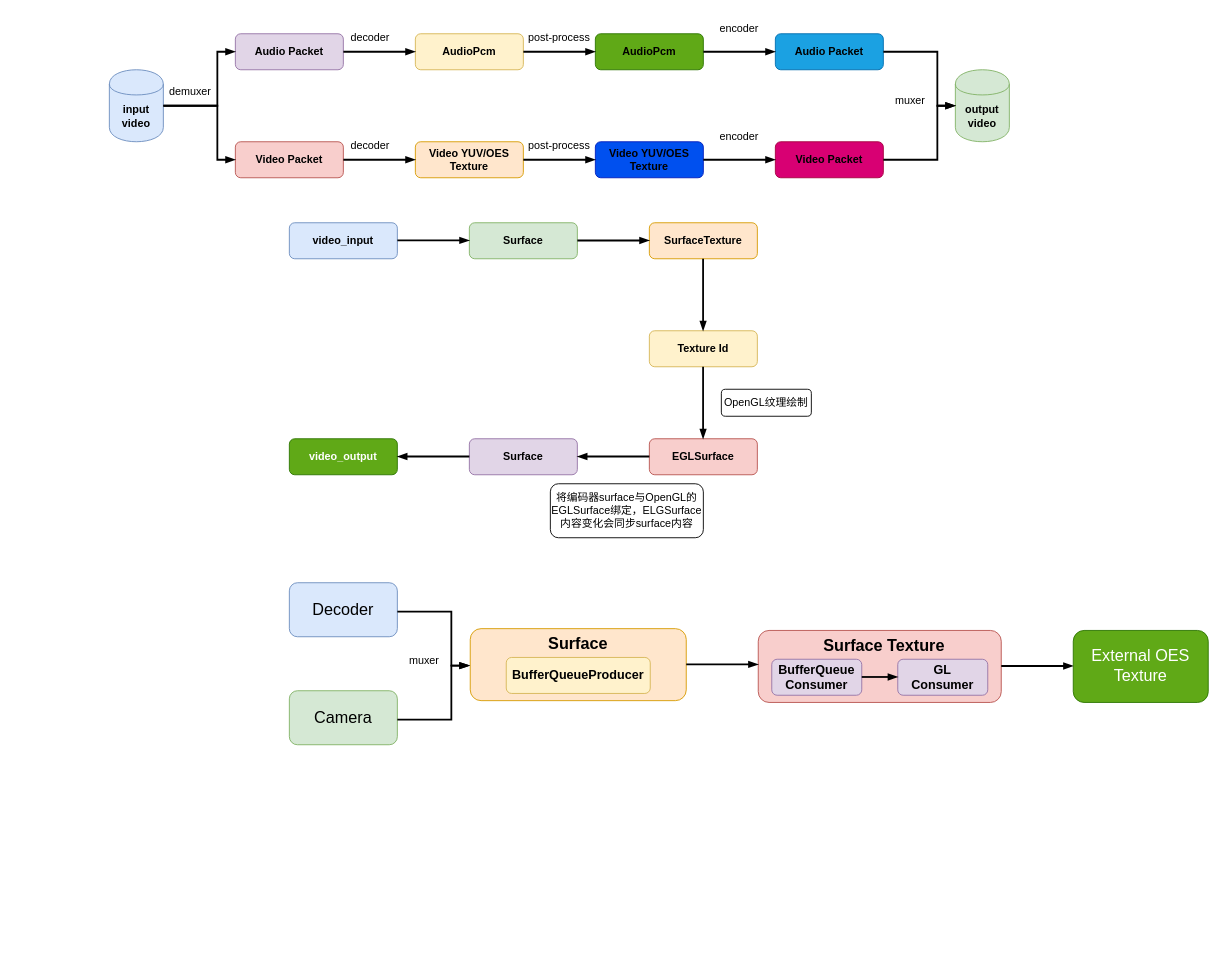
Earlier version of the draw.io diagram page "转码" (2 of 4) of graph.drawio (AndyYoung1004/draw.io). Source tidied: cells renumbered, new cells numbered last; positions are measured from the earlier drawing's top-left corner, leaving out a move shared by most shapes. Both pictures are drawn from the tidied source at 90%, with x=0, y=0 at pixel (109, 15).
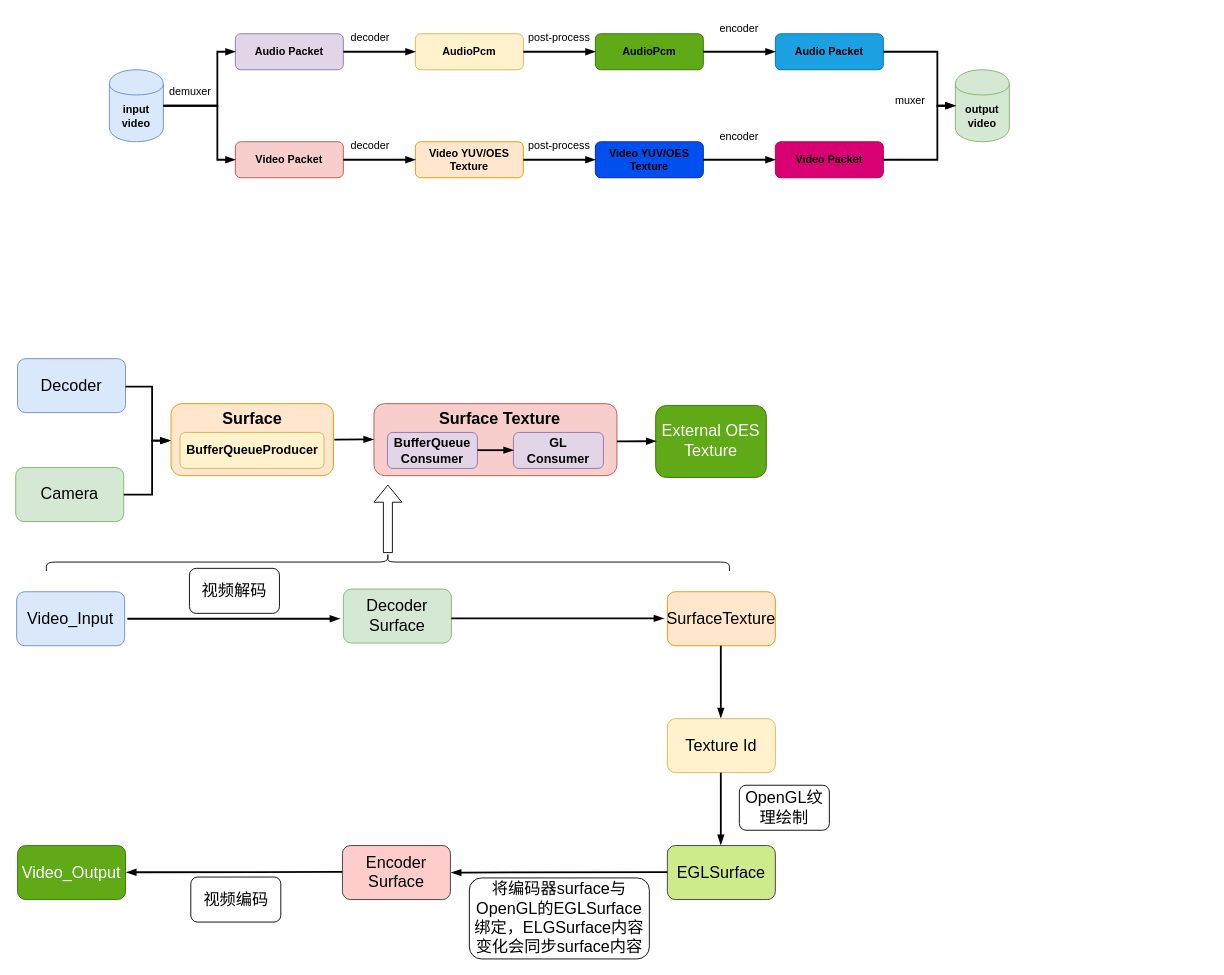
The same diagram, later.

The edit, as a diff of the source:
```diff
@@
-    <mxCell id="18" value="&lt;b&gt;video_input&lt;/b&gt;" style="rounded=1;whiteSpace=wrap;html=1;fillColor=#dae8fc;strokeColor=#6c8ebf;" parent="1" vertex="1">
-      <mxGeometry x="200" y="230" width="120" height="40" as="geometry" />
-    </mxCell>
-    <mxCell id="19" value="&lt;b&gt;Surface&lt;/b&gt;" style="rounded=1;whiteSpace=wrap;html=1;fillColor=#d5e8d4;strokeColor=#82b366;" parent="1" vertex="1">
-      <mxGeometry x="400" y="230" width="120" height="40" as="geometry" />
-    </mxCell>
-    <mxCell id="20" value="&lt;b&gt;SurfaceTexture&lt;/b&gt;" style="rounded=1;whiteSpace=wrap;html=1;fillColor=#ffe6cc;strokeColor=#d79b00;" parent="1" vertex="1">
-      <mxGeometry x="600" y="230" width="120" height="40" as="geometry" />
-    </mxCell>
-    <mxCell id="21" value="&lt;b&gt;Texture Id&lt;/b&gt;" style="rounded=1;whiteSpace=wrap;html=1;fillColor=#fff2cc;strokeColor=#d6b656;" parent="1" vertex="1">
-      <mxGeometry x="600" y="350" width="120" height="40" as="geometry" />
-    </mxCell>
-    <mxCell id="22" value="&lt;b&gt;EGLSurface&lt;/b&gt;" style="rounded=1;whiteSpace=wrap;html=1;fillColor=#f8cecc;strokeColor=#b85450;" parent="1" vertex="1">
-      <mxGeometry x="600" y="470" width="120" height="40" as="geometry" />
-    </mxCell>
-    <mxCell id="23" value="&lt;b&gt;Surface&lt;/b&gt;" style="rounded=1;whiteSpace=wrap;html=1;fillColor=#e1d5e7;strokeColor=#9673a6;" parent="1" vertex="1">
-      <mxGeometry x="400" y="470" width="120" height="40" as="geometry" />
-    </mxCell>
-    <mxCell id="24" value="&lt;b&gt;video_output&lt;/b&gt;" style="rounded=1;whiteSpace=wrap;html=1;fillColor=#60a917;strokeColor=#2D7600;fontColor=#ffffff;" parent="1" vertex="1">
-      <mxGeometry x="200" y="470" width="120" height="40" as="geometry" />
-    </mxCell>
-    <mxCell id="25" value="将编码器surface与OpenGL的EGLSurface绑定，ELGSurface内容变化会同步surface内容" style="rounded=1;whiteSpace=wrap;html=1;" parent="1" vertex="1">
-      <mxGeometry x="490" y="520" width="170" height="60" as="geometry" />
-    </mxCell>
@@
-    <mxCell id="38" style="endArrow=blockThin;html=1;rounded=0;endFill=1;strokeWidth=2;" parent="1" edge="1">
-      <mxGeometry relative="1" as="geometry">
-        <mxPoint x="320" y="249.6" as="sourcePoint" />
-        <mxPoint x="400" y="249.6" as="targetPoint" />
-      </mxGeometry>
-    </mxCell>
-    <mxCell id="39" style="endArrow=blockThin;html=1;rounded=0;endFill=1;strokeWidth=2;" parent="1" edge="1">
-      <mxGeometry relative="1" as="geometry">
-        <mxPoint x="520" y="249.7" as="sourcePoint" />
-        <mxPoint x="600" y="249.7" as="targetPoint" />
-      </mxGeometry>
-    </mxCell>
-    <mxCell id="40" style="endArrow=blockThin;html=1;rounded=0;endFill=1;strokeWidth=2;" parent="1" edge="1">
-      <mxGeometry relative="1" as="geometry">
-        <mxPoint x="600" y="489.7" as="sourcePoint" />
-        <mxPoint x="520" y="489.7" as="targetPoint" />
-      </mxGeometry>
-    </mxCell>
-    <mxCell id="41" style="endArrow=blockThin;html=1;rounded=0;endFill=1;strokeWidth=2;" parent="1" edge="1">
-      <mxGeometry relative="1" as="geometry">
-        <mxPoint x="400" y="489.7" as="sourcePoint" />
-        <mxPoint x="320" y="489.7" as="targetPoint" />
-      </mxGeometry>
-    </mxCell>
-    <mxCell id="42" style="endArrow=blockThin;html=1;rounded=0;endFill=1;strokeWidth=2;" parent="1" edge="1">
-      <mxGeometry relative="1" as="geometry">
-        <mxPoint x="659.7" y="390" as="sourcePoint" />
-        <mxPoint x="659.7" y="470" as="targetPoint" />
-      </mxGeometry>
-    </mxCell>
-    <mxCell id="43" style="endArrow=blockThin;html=1;rounded=0;endFill=1;strokeWidth=2;" parent="1" edge="1">
-      <mxGeometry relative="1" as="geometry">
-        <mxPoint x="659.7" y="270" as="sourcePoint" />
-        <mxPoint x="659.7" y="350" as="targetPoint" />
-      </mxGeometry>
-    </mxCell>
-    <mxCell id="44" value="OpenGL纹理绘制" style="rounded=1;whiteSpace=wrap;html=1;" parent="1" vertex="1">
-      <mxGeometry x="680" y="415" width="100" height="30" as="geometry" />
+    <mxCell id="44" value="&lt;font style=&quot;font-size: 18px;&quot;&gt;OpenGL纹理绘制&lt;/font&gt;" style="rounded=1;whiteSpace=wrap;html=1;" parent="1" vertex="1">
+      <mxGeometry x="700" y="855" width="100" height="50" as="geometry" />
     </mxCell>
     <mxCell id="45" value="&lt;font style=&quot;font-size: 18px&quot;&gt;Decoder&lt;/font&gt;" style="rounded=1;whiteSpace=wrap;html=1;fillColor=#dae8fc;strokeColor=#6c8ebf;" parent="1" vertex="1">
-      <mxGeometry x="200" y="630" width="120" height="60" as="geometry" />
+      <mxGeometry x="-102" y="381" width="120" height="60" as="geometry" />
     </mxCell>
     <mxCell id="46" value="&lt;font style=&quot;font-size: 18px&quot;&gt;Camera&lt;/font&gt;" style="rounded=1;whiteSpace=wrap;html=1;fillColor=#d5e8d4;strokeColor=#82b366;" parent="1" vertex="1">
-      <mxGeometry x="200" y="750" width="120" height="60" as="geometry" />
+      <mxGeometry x="-104" y="502" width="120" height="60" as="geometry" />
     </mxCell>
     <mxCell id="47" style="rounded=1;whiteSpace=wrap;html=1;fillColor=#ffe6cc;strokeColor=#d79b00;" parent="1" vertex="1">
-      <mxGeometry x="401" y="681" width="240" height="80" as="geometry" />
+      <mxGeometry x="68.5" y="431" width="180.5" height="80" as="geometry" />
     </mxCell>
     <mxCell id="48" value="&lt;b&gt;&lt;font style=&quot;font-size: 18px&quot;&gt;Surface&lt;/font&gt;&lt;/b&gt;" style="text;html=1;strokeColor=none;fillColor=none;align=center;verticalAlign=middle;whiteSpace=wrap;rounded=0;" parent="1" vertex="1">
-      <mxGeometry x="491" y="683" width="60" height="30" as="geometry" />
+      <mxGeometry x="128.8" y="433" width="60" height="30" as="geometry" />
     </mxCell>
     <mxCell id="49" value="&lt;b&gt;&lt;font style=&quot;font-size: 14px&quot;&gt;BufferQueueProducer&lt;/font&gt;&lt;/b&gt;" style="rounded=1;whiteSpace=wrap;html=1;fillColor=#fff2cc;strokeColor=#d6b656;" parent="1" vertex="1">
-      <mxGeometry x="441" y="713" width="160" height="40" as="geometry" />
+      <mxGeometry x="78.5" y="463" width="160" height="40" as="geometry" />
     </mxCell>
     <mxCell id="50" style="rounded=1;whiteSpace=wrap;html=1;fillColor=#f8cecc;strokeColor=#b85450;" parent="1" vertex="1">
-      <mxGeometry x="721" y="683" width="270" height="80" as="geometry" />
+      <mxGeometry x="294" y="431" width="270" height="80" as="geometry" />
     </mxCell>
     <mxCell id="51" value="&lt;b&gt;&lt;font style=&quot;font-size: 18px&quot;&gt;Surface Texture&lt;/font&gt;&lt;/b&gt;" style="text;html=1;strokeColor=none;fillColor=none;align=center;verticalAlign=middle;whiteSpace=wrap;rounded=0;" parent="1" vertex="1">
-      <mxGeometry x="791" y="685" width="140" height="30" as="geometry" />
+      <mxGeometry x="364" y="433" width="140" height="30" as="geometry" />
     </mxCell>
     <mxCell id="52" value="&lt;b&gt;&lt;font style=&quot;font-size: 14px&quot;&gt;BufferQueue&lt;br&gt;Consumer&lt;br&gt;&lt;/font&gt;&lt;/b&gt;" style="rounded=1;whiteSpace=wrap;html=1;fillColor=#e1d5e7;strokeColor=#9673a6;" parent="1" vertex="1">
-      <mxGeometry x="736" y="715" width="100" height="40" as="geometry" />
+      <mxGeometry x="309" y="463" width="100" height="40" as="geometry" />
     </mxCell>
     <mxCell id="53" value="&lt;b&gt;&lt;font style=&quot;font-size: 14px&quot;&gt;GL&lt;br&gt;Consumer&lt;br&gt;&lt;/font&gt;&lt;/b&gt;" style="rounded=1;whiteSpace=wrap;html=1;fillColor=#e1d5e7;strokeColor=#9673a6;" parent="1" vertex="1">
-      <mxGeometry x="876" y="715" width="100" height="40" as="geometry" />
+      <mxGeometry x="449" y="463" width="100" height="40" as="geometry" />
     </mxCell>
     <mxCell id="54" style="endArrow=blockThin;html=1;rounded=0;endFill=1;strokeWidth=2;" parent="1" edge="1">
       <mxGeometry relative="1" as="geometry">
-        <mxPoint x="836" y="734.7" as="sourcePoint" />
-        <mxPoint x="876" y="734.7" as="targetPoint" />
+        <mxPoint x="409" y="482.7" as="sourcePoint" />
+        <mxPoint x="449" y="482.7" as="targetPoint" />
       </mxGeometry>
     </mxCell>
     <mxCell id="55" style="endArrow=blockThin;html=1;rounded=0;endFill=1;strokeWidth=2;" parent="1" edge="1">
       <mxGeometry relative="1" as="geometry">
-        <mxPoint x="641" y="720.7" as="sourcePoint" />
-        <mxPoint x="721" y="720.7" as="targetPoint" />
+        <mxPoint x="250" y="471" as="sourcePoint" />
+        <mxPoint x="293.5" y="470.7" as="targetPoint" />
       </mxGeometry>
     </mxCell>
-    <mxCell id="56" value="muxer" style="text;html=1;align=center;verticalAlign=middle;whiteSpace=wrap;rounded=0;" parent="1" vertex="1">
-      <mxGeometry x="320" y="702" width="60" height="30" as="geometry" />
-    </mxCell>
     <mxCell id="57" style="endArrow=blockThin;html=1;rounded=0;endFill=1;strokeWidth=2;edgeStyle=orthogonalEdgeStyle;" parent="1" edge="1">
       <mxGeometry relative="1" as="geometry">
-        <mxPoint x="320" y="662" as="sourcePoint" />
-        <mxPoint x="400" y="722" as="targetPoint" />
+        <mxPoint x="18" y="412" as="sourcePoint" />
+        <mxPoint x="67.5" y="472" as="targetPoint" />
         <Array as="points">
-          <mxPoint x="380" y="662" />
-          <mxPoint x="380" y="722" />
+          <mxPoint x="47.5" y="412" />
+          <mxPoint x="47.5" y="472" />
         </Array>
       </mxGeometry>
     </mxCell>
     <mxCell id="58" style="endArrow=blockThin;html=1;rounded=0;endFill=1;strokeWidth=2;edgeStyle=orthogonalEdgeStyle;" parent="1" edge="1">
       <mxGeometry relative="1" as="geometry">
-        <mxPoint x="320" y="782" as="sourcePoint" />
-        <mxPoint x="400" y="722" as="targetPoint" />
+        <mxPoint x="17" y="533" as="sourcePoint" />
+        <mxPoint x="67.5" y="472" as="targetPoint" />
         <Array as="points">
-          <mxPoint x="380" y="782" />
-          <mxPoint x="380" y="722" />
+          <mxPoint x="47.5" y="532" />
+          <mxPoint x="47.5" y="472" />
         </Array>
       </mxGeometry>
     </mxCell>
-    <mxCell id="59" style="endArrow=blockThin;html=1;rounded=0;endFill=1;strokeWidth=2;" parent="1" edge="1">
-      <mxGeometry relative="1" as="geometry">
-        <mxPoint x="991" y="722.5" as="sourcePoint" />
-        <mxPoint x="1071" y="722.5" as="targetPoint" />
-      </mxGeometry>
-    </mxCell>
     <mxCell id="60" value="&lt;font style=&quot;font-size: 18px&quot;&gt;External OES Texture&lt;/font&gt;" style="rounded=1;whiteSpace=wrap;html=1;fillColor=#60a917;strokeColor=#2D7600;fontColor=#ffffff;" parent="1" vertex="1">
-      <mxGeometry x="1071" y="683" width="150" height="80" as="geometry" />
+      <mxGeometry x="607" y="433" width="123" height="80" as="geometry" />
     </mxCell>
+    <mxCell id="61" style="shape=flexArrow;endArrow=classic;html=1;rounded=0;" parent="1" edge="1">
+      <mxGeometry relative="1" as="geometry">
+        <mxPoint x="309.5" y="597" as="sourcePoint" />
+        <mxPoint x="309.5" y="521" as="targetPoint" />
+      </mxGeometry>
+    </mxCell>
+    <mxCell id="62" value="&lt;font style=&quot;font-size: 18px&quot;&gt;Video_Input&lt;/font&gt;" style="rounded=1;whiteSpace=wrap;html=1;fillColor=#dae8fc;strokeColor=#6c8ebf;" parent="1" vertex="1">
+      <mxGeometry x="-103" y="640" width="120" height="60" as="geometry" />
+    </mxCell>
+    <mxCell id="63" value="&lt;font style=&quot;font-size: 18px&quot;&gt;Decoder&lt;/font&gt;&lt;div&gt;&lt;font style=&quot;font-size: 18px&quot;&gt;Surface&lt;/font&gt;&lt;/div&gt;" style="rounded=1;whiteSpace=wrap;html=1;fillColor=#d5e8d4;strokeColor=#82b366;" parent="1" vertex="1">
+      <mxGeometry x="260" y="637" width="120" height="60" as="geometry" />
+    </mxCell>
+    <mxCell id="20" value="&lt;font style=&quot;font-size: 18px&quot;&gt;SurfaceTexture&lt;/font&gt;" style="rounded=1;whiteSpace=wrap;html=1;fillColor=#ffe6cc;strokeColor=#d79b00;" parent="1" vertex="1">
+      <mxGeometry x="620" y="640" width="120" height="60" as="geometry" />
+    </mxCell>
+    <mxCell id="64" style="endArrow=blockThin;html=1;rounded=0;endFill=1;strokeWidth=2;" parent="1" edge="1">
+      <mxGeometry relative="1" as="geometry">
+        <mxPoint x="20" y="670" as="sourcePoint" />
+        <mxPoint x="256" y="670" as="targetPoint" />
+      </mxGeometry>
+    </mxCell>
+    <mxCell id="65" style="endArrow=blockThin;html=1;rounded=0;endFill=1;strokeWidth=2;" parent="1" edge="1">
+      <mxGeometry relative="1" as="geometry">
+        <mxPoint x="380" y="669.6" as="sourcePoint" />
+        <mxPoint x="616" y="669.6" as="targetPoint" />
+      </mxGeometry>
+    </mxCell>
+    <mxCell id="66" style="endArrow=blockThin;html=1;rounded=0;endFill=1;strokeWidth=2;" parent="1" edge="1">
+      <mxGeometry relative="1" as="geometry">
+        <mxPoint x="679.4" y="700" as="sourcePoint" />
+        <mxPoint x="679.4" y="780" as="targetPoint" />
+      </mxGeometry>
+    </mxCell>
+    <mxCell id="21" value="&lt;font style=&quot;font-size: 18px&quot;&gt;Texture Id&lt;/font&gt;" style="rounded=1;whiteSpace=wrap;html=1;fillColor=#fff2cc;strokeColor=#d6b656;" parent="1" vertex="1">
+      <mxGeometry x="620" y="781" width="120" height="60" as="geometry" />
+    </mxCell>
+    <mxCell id="67" style="endArrow=blockThin;html=1;rounded=0;endFill=1;strokeWidth=2;" parent="1" edge="1">
+      <mxGeometry relative="1" as="geometry">
+        <mxPoint x="679.4" y="841" as="sourcePoint" />
+        <mxPoint x="679.4" y="921" as="targetPoint" />
+      </mxGeometry>
+    </mxCell>
+    <mxCell id="22" value="&lt;font style=&quot;font-size: 18px&quot;&gt;EGLSurface&lt;/font&gt;" style="rounded=1;whiteSpace=wrap;html=1;fillColor=#cdeb8b;strokeColor=#36393d;" parent="1" vertex="1">
+      <mxGeometry x="620" y="922" width="120" height="60" as="geometry" />
+    </mxCell>
+    <mxCell id="68" style="endArrow=blockThin;html=1;rounded=0;endFill=1;strokeWidth=2;" parent="1" edge="1">
+      <mxGeometry relative="1" as="geometry">
+        <mxPoint x="620" y="951.6" as="sourcePoint" />
+        <mxPoint x="380" y="952" as="targetPoint" />
+      </mxGeometry>
+    </mxCell>
+    <mxCell id="69" value="&lt;font style=&quot;font-size: 18px&quot;&gt;Encoder&lt;/font&gt;&lt;div&gt;&lt;font style=&quot;font-size: 18px&quot;&gt;Surface&lt;/font&gt;&lt;/div&gt;" style="rounded=1;whiteSpace=wrap;html=1;fillColor=#ffcccc;strokeColor=#36393d;" parent="1" vertex="1">
+      <mxGeometry x="259" y="922" width="120" height="60" as="geometry" />
+    </mxCell>
+    <mxCell id="70" value="&lt;font style=&quot;font-size: 18px&quot;&gt;Video_Output&lt;/font&gt;" style="rounded=1;whiteSpace=wrap;html=1;fillColor=#60a917;strokeColor=#2D7600;fontColor=#ffffff;" parent="1" vertex="1">
+      <mxGeometry x="-102" y="922" width="120" height="60" as="geometry" />
+    </mxCell>
+    <mxCell id="71" style="endArrow=blockThin;html=1;rounded=0;endFill=1;strokeWidth=2;" parent="1" edge="1">
+      <mxGeometry relative="1" as="geometry">
+        <mxPoint x="259" y="951.3" as="sourcePoint" />
+        <mxPoint x="19" y="951.7" as="targetPoint" />
+      </mxGeometry>
+    </mxCell>
+    <mxCell id="25" value="&lt;font style=&quot;font-size: 18px;&quot;&gt;将编码器surface与OpenGL的EGLSurface绑定，ELGSurface内容变化会同步surface内容&lt;/font&gt;" style="rounded=1;whiteSpace=wrap;html=1;" parent="1" vertex="1">
+      <mxGeometry x="400" y="958" width="200" height="90" as="geometry" />
+    </mxCell>
+    <mxCell id="72" value="&lt;font style=&quot;font-size: 18px;&quot;&gt;视频解码&lt;/font&gt;" style="rounded=1;whiteSpace=wrap;html=1;" parent="1" vertex="1">
+      <mxGeometry x="89" y="614" width="100" height="50" as="geometry" />
+    </mxCell>
+    <mxCell id="73" value="&lt;font style=&quot;font-size: 18px;&quot;&gt;视频编码&lt;/font&gt;" style="rounded=1;whiteSpace=wrap;html=1;" parent="1" vertex="1">
+      <mxGeometry x="90.5" y="957" width="100" height="50" as="geometry" />
+    </mxCell>
+    <mxCell id="74" style="endArrow=blockThin;html=1;rounded=0;endFill=1;strokeWidth=2;" parent="1" edge="1">
+      <mxGeometry relative="1" as="geometry">
+        <mxPoint x="564" y="473" as="sourcePoint" />
+        <mxPoint x="607.5" y="472.7" as="targetPoint" />
+      </mxGeometry>
+    </mxCell>
+    <mxCell id="75" style="shape=curlyBracket;whiteSpace=wrap;html=1;rounded=1;flipH=1;labelPosition=right;verticalLabelPosition=middle;align=left;verticalAlign=middle;direction=south;" parent="1" vertex="1">
+      <mxGeometry x="-70" y="597" width="759" height="20" as="geometry" />
+    </mxCell>
```
